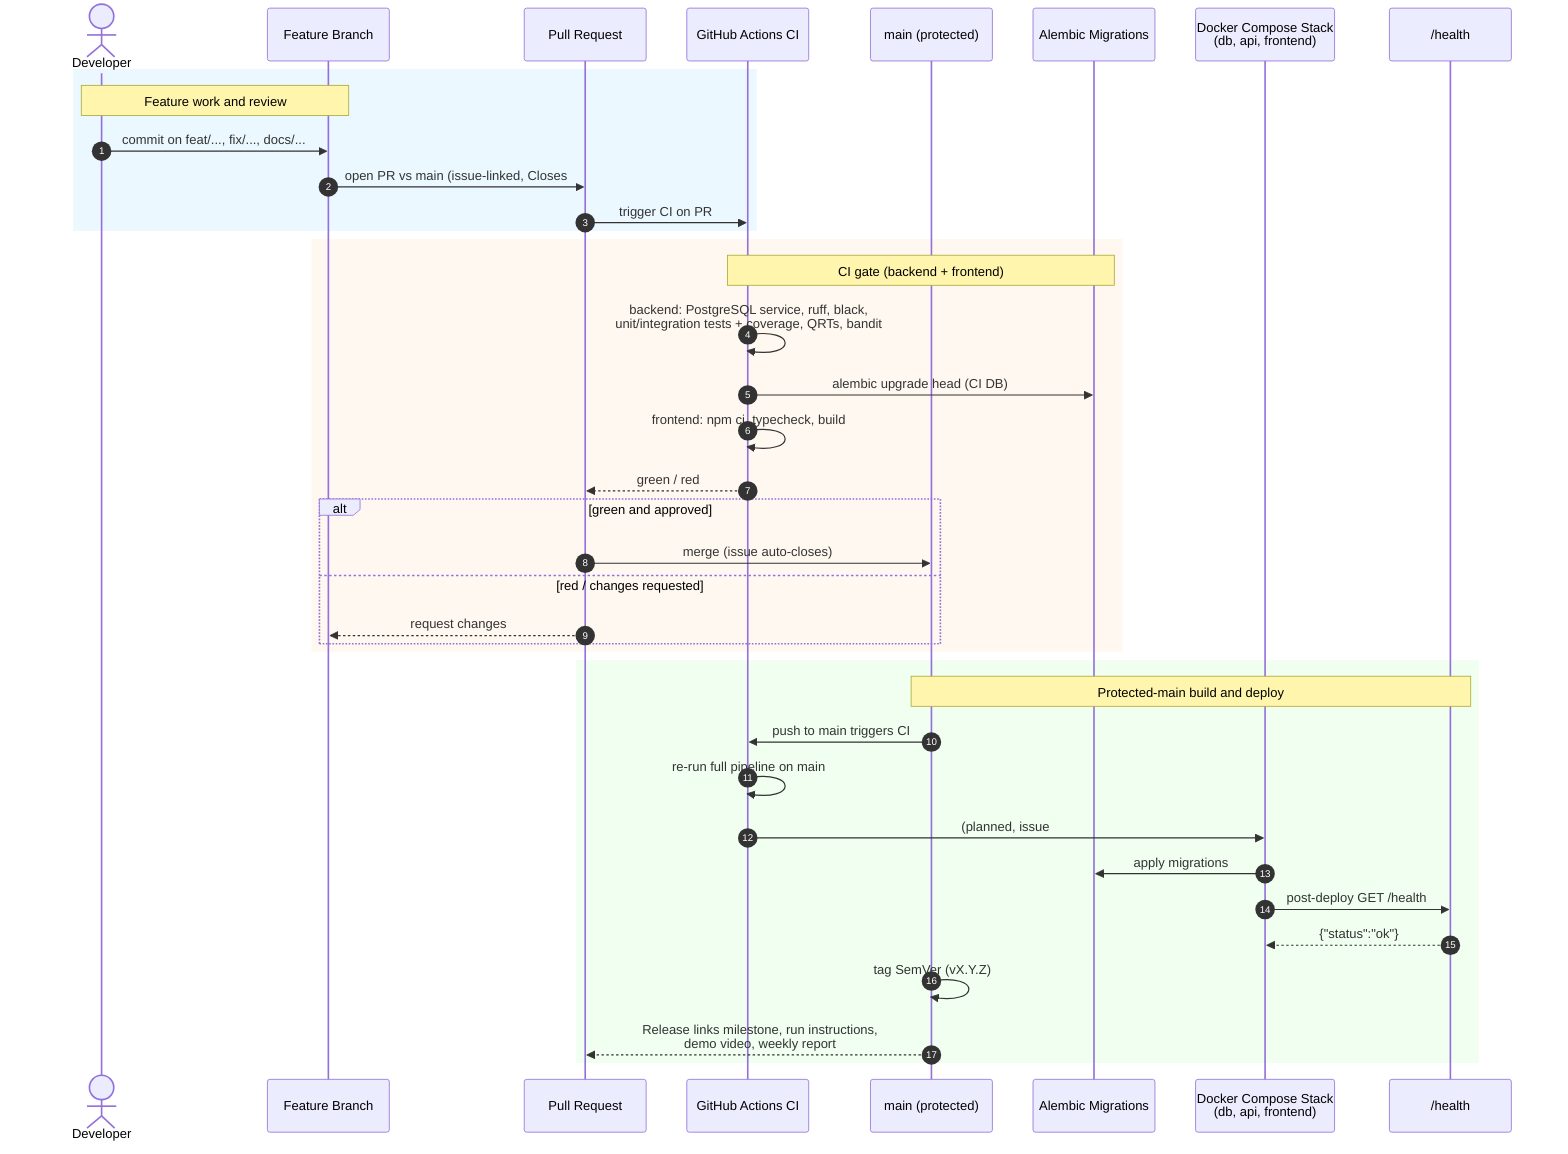
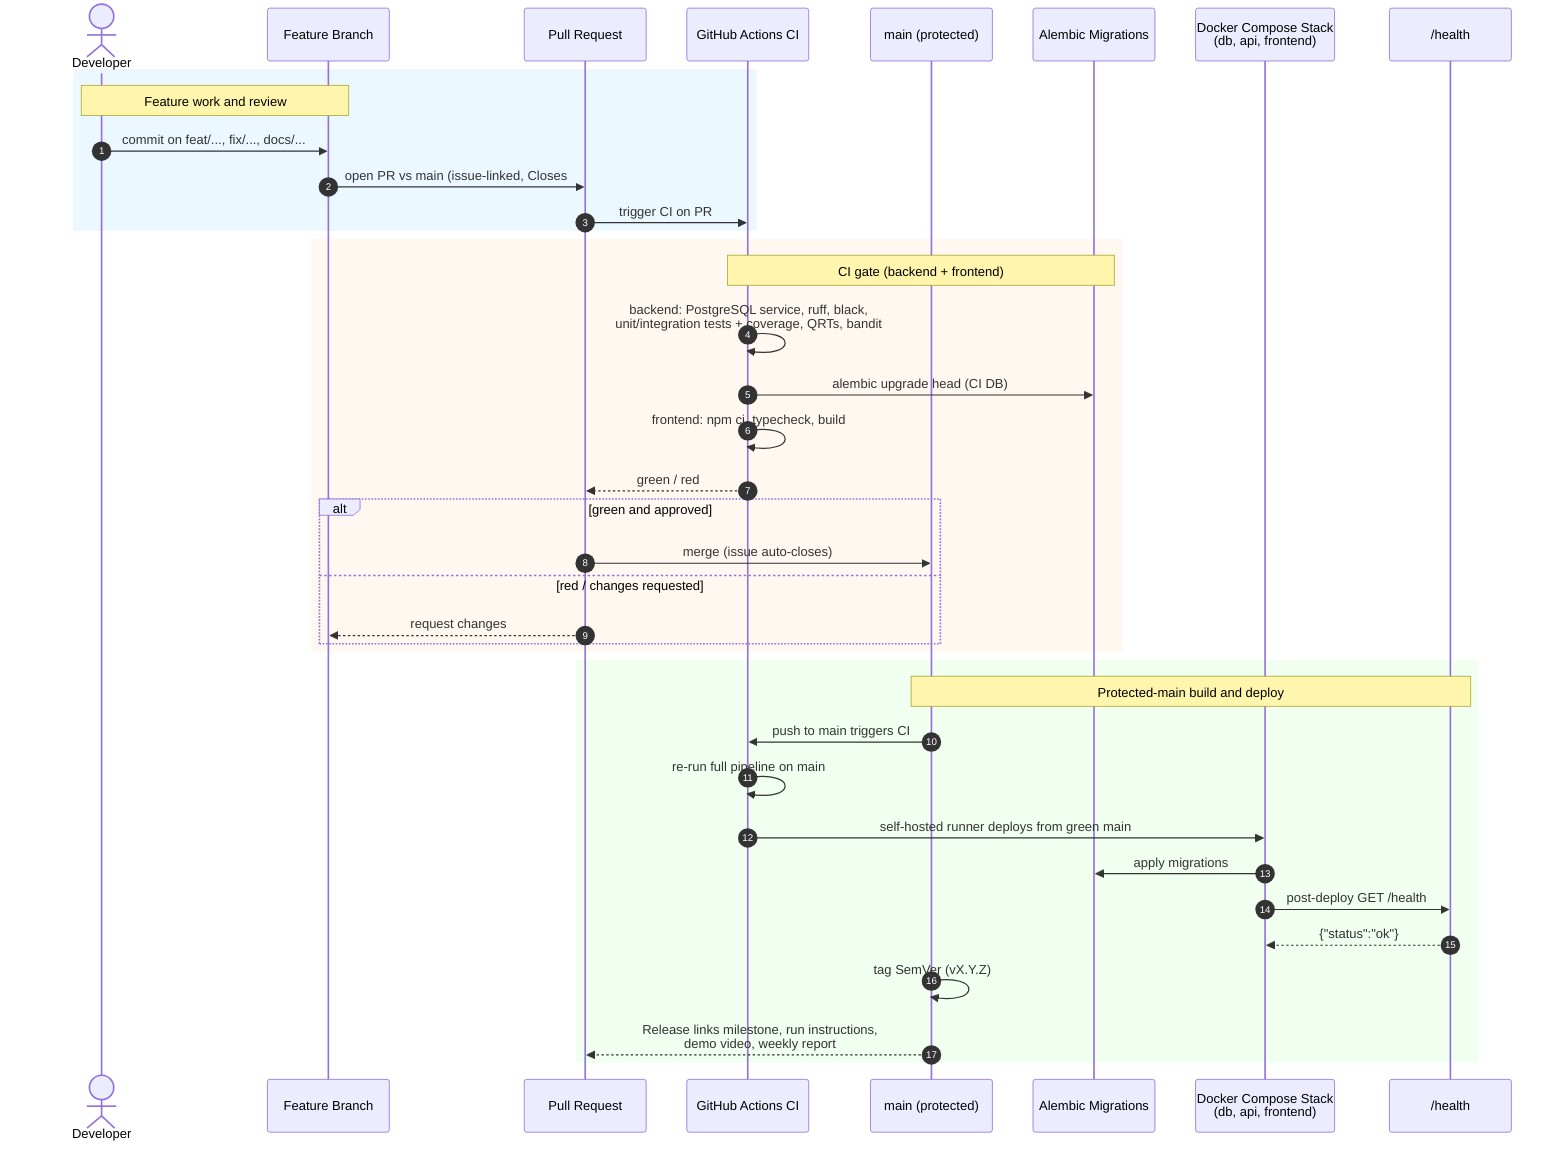
%% Route Optimization Platform — Dynamic View: Protected-main build & deployment workflow
%% Authoritative diagrams-as-code source. Rendered copy lives in docs/architecture/README.md.
sequenceDiagram
  autonumber
  actor DEV as Developer
  participant BR as Feature Branch
  participant PR as Pull Request
  participant CI as GitHub Actions CI
  participant MAIN as main (protected)
  participant ALEMBIC as Alembic Migrations
  participant STACK as Docker Compose Stack<br/>(db, api, frontend)
  participant HEALTH as /health

  rect rgb(235, 248, 255)
  note over DEV,BR: Feature work and review
  DEV->>BR: commit on feat/..., fix/..., docs/...
  BR->>PR: open PR vs main (issue-linked, Closes #N)
  PR->>CI: trigger CI on PR
  end

  rect rgb(255, 248, 240)
  note over CI,ALEMBIC: CI gate (backend + frontend)
  CI->>CI: backend: PostgreSQL service, ruff, black,<br/>unit/integration tests + coverage, QRTs, bandit
  CI->>ALEMBIC: alembic upgrade head (CI DB)
  CI->>CI: frontend: npm ci, typecheck, build
  CI-->>PR: green / red
  alt green and approved
    PR->>MAIN: merge (issue auto-closes)
  else red / changes requested
    PR-->>BR: request changes
  end
  end

  rect rgb(240, 255, 240)
  note over MAIN,HEALTH: Protected-main build and deploy
  MAIN->>CI: push to main triggers CI
  CI->>CI: re-run full pipeline on main
-   CI->>STACK: (planned, issue #130) auto-deploy from green main
+   CI->>STACK: self-hosted runner deploys from green main
  STACK->>ALEMBIC: apply migrations
  STACK->>HEALTH: post-deploy GET /health
  HEALTH-->>STACK: {"status":"ok"}
  MAIN->>MAIN: tag SemVer (vX.Y.Z)
  MAIN-->>PR: Release links milestone, run instructions,<br/>demo video, weekly report
  end
